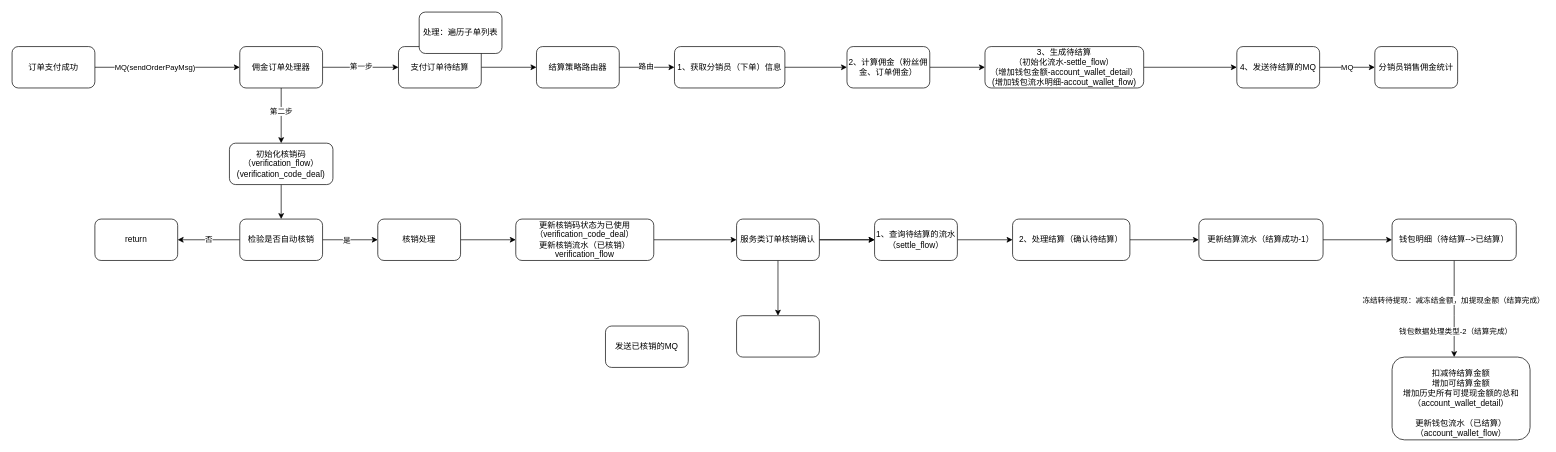
Earlier version of the draw.io diagram 婚奢汇业务流程图/分销佣金&核销.drawio (YYB1024/myRemoteRepo). Source tidied: cells renumbered, new cells numbered last; positions are measured from the earlier drawing's top-left corner, leaving out a move shared by most shapes. Both pictures are drawn from the tidied source at 69%, with x=0, y=0 at pixel (12, 12).
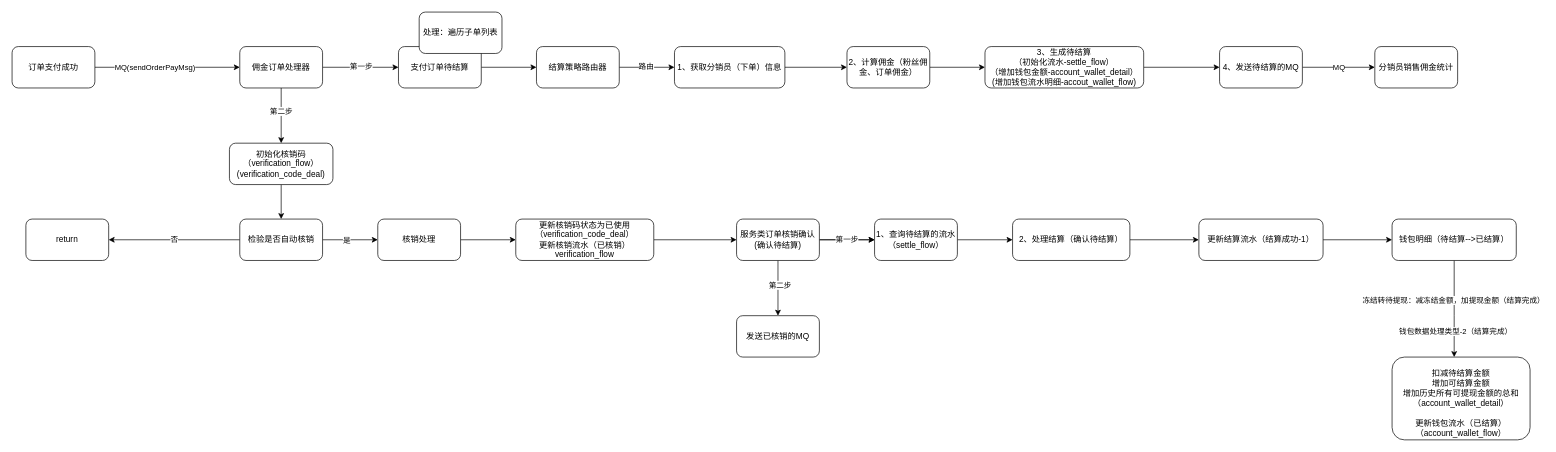
Above is the later version.

Commit message (it also covers changes not shown here):
更新分销佣金&核销.drawio

Unchanged cells that the change refers to:
```xml
<mxCell id="38" style="edgeStyle=orthogonalEdgeStyle;rounded=0;jettySize=auto;html=1;" parent="1" edge="1" source="40" target="52">
  <mxGeometry relative="1" as="geometry" />
</mxCell>
<mxCell id="42" value="1、查询待结算的流水（settle_flow）" style="whiteSpace=wrap;html=1;rounded=1;" parent="1" vertex="1">
  <mxGeometry x="1250" y="300" width="120" height="60" as="geometry" />
</mxCell>
```

What changed in the source:
```diff
@@
     <mxCell id="23" value="4、发送待结算的MQ" style="whiteSpace=wrap;html=1;rounded=1;" parent="1" vertex="1">
-      <mxGeometry x="1775" y="50" width="120" height="60" as="geometry" />
+      <mxGeometry x="1750" y="50" width="120" height="60" as="geometry" />
     </mxCell>
@@
     <mxCell id="31" value="return" style="whiteSpace=wrap;html=1;rounded=1;" parent="1" vertex="1">
-      <mxGeometry x="120" y="300" width="120" height="60" as="geometry" />
+      <mxGeometry x="20" y="300" width="120" height="60" as="geometry" />
     </mxCell>
@@
-    <mxCell id="36" value="发送已核销的MQ" style="whiteSpace=wrap;html=1;rounded=1;" parent="1" vertex="1">
-      <mxGeometry x="860" y="455" width="120" height="60" as="geometry" />
-    </mxCell>
@@
+    <mxCell id="53" value="第二步" style="edgeLabel;html=1;align=center;verticalAlign=middle;" parent="38" vertex="1">
+      <mxGeometry x="-0.13" y="2" relative="1" as="geometry" />
+    </mxCell>
-    <mxCell id="39" style="edgeStyle=orthogonalEdgeStyle;rounded=0;jettySize=auto;html=1;" parent="1" edge="1" source="40" target="42">
+    <mxCell id="39" value="第一步" style="edgeStyle=orthogonalEdgeStyle;rounded=0;jettySize=auto;html=1;" parent="1" edge="1" source="40" target="42">
       <mxGeometry relative="1" as="geometry" />
     </mxCell>
-    <mxCell id="40" value="服务类订单核销确认" style="whiteSpace=wrap;html=1;rounded=1;" parent="1" vertex="1">
+    <mxCell id="40" value="服务类订单核销确认&lt;br&gt;(确认待结算)" style="whiteSpace=wrap;html=1;rounded=1;" parent="1" vertex="1">
       <mxGeometry x="1050" y="300" width="120" height="60" as="geometry" />
     </mxCell>
@@
-    <mxCell id="52" style="whiteSpace=wrap;html=1;rounded=1;" parent="1" vertex="1">
+    <mxCell id="52" value="发送已核销的MQ" style="whiteSpace=wrap;html=1;rounded=1;" parent="1" vertex="1">
       <mxGeometry x="1050" y="440" width="120" height="60" as="geometry" />
     </mxCell>
```
